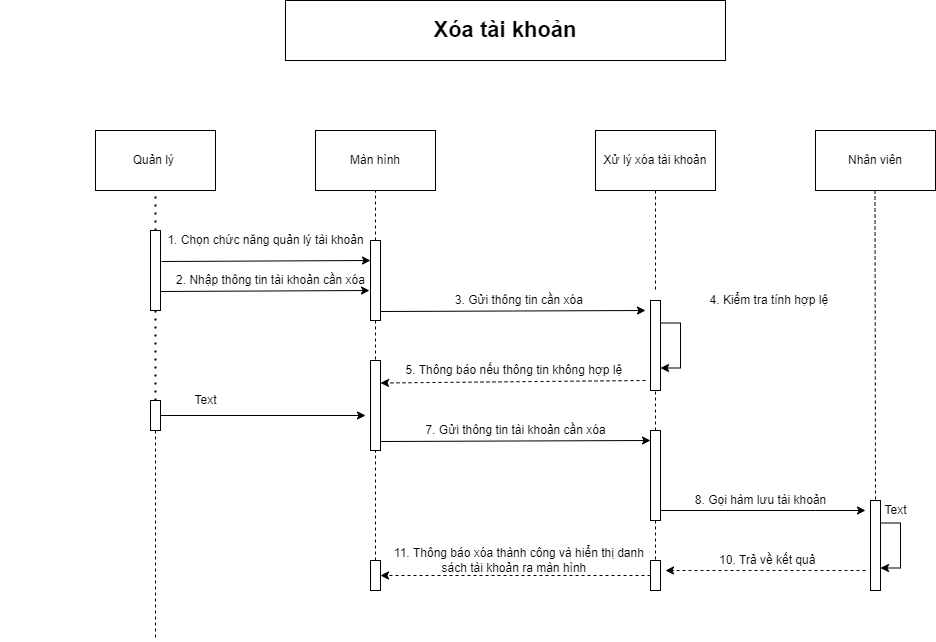
The draw.io diagram Word/Sequence_Acc_Bill/PNG/xoaAcc.drawio.png in hungtadasuke/CoffeShop_SoftwareTechnology, before a commit. Source tidied: cells renumbered, new cells last; positions are measured from the earlier drawing's top-left corner, leaving out a move shared by most shapes.
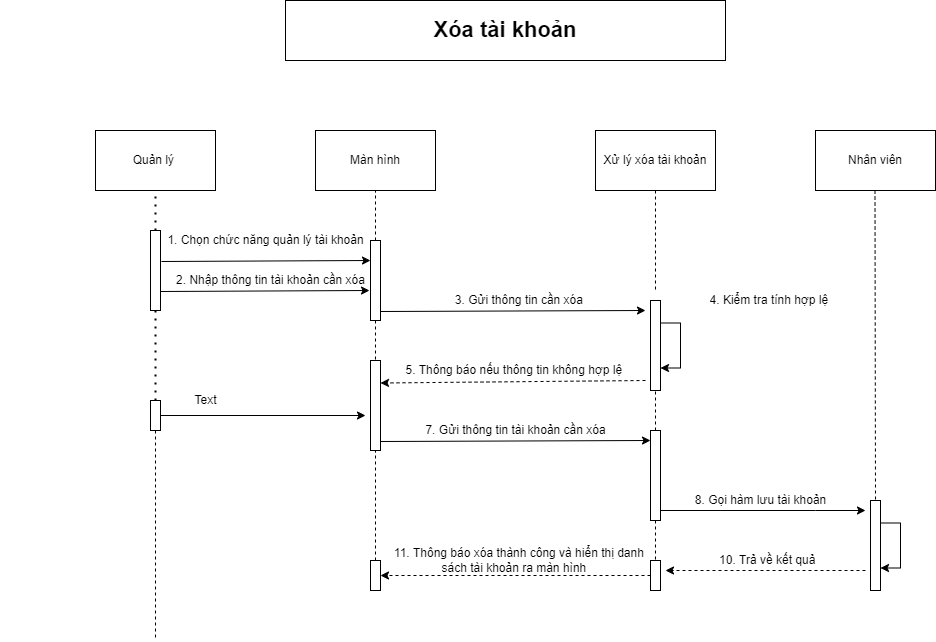
After the commit.

Change to the diagram source:
```diff
@@ -165,9 +165,6 @@
     <mxCell id="42" value="&amp;nbsp; &amp;nbsp; &amp;nbsp; &amp;nbsp; &amp;nbsp; &amp;nbsp; &amp;nbsp; &amp;nbsp; &amp;nbsp; &amp;nbsp; &amp;nbsp; &amp;nbsp; &amp;nbsp; &amp;nbsp; &amp;nbsp; &amp;nbsp; &amp;nbsp; &amp;nbsp; &amp;nbsp; &amp;nbsp; &amp;nbsp; &amp;nbsp; &amp;nbsp; &amp;nbsp; &amp;nbsp;10. Trả về kết quả" style="text;html=1;align=center;verticalAlign=middle;strokeColor=none;fillColor=none;fontSize=12;" parent="1" vertex="1">
       <mxGeometry x="550" y="550" width="270" height="20" as="geometry" />
     </mxCell>
-    <mxCell id="43" value="Text" style="text;html=1;align=center;verticalAlign=middle;strokeColor=none;fillColor=none;fontSize=12;" parent="1" vertex="1">
-      <mxGeometry x="875" y="500" width="40" height="20" as="geometry" />
-    </mxCell>
     <mxCell id="44" value="Quản lý&amp;nbsp;" style="rounded=0;whiteSpace=wrap;html=1;" parent="1" vertex="1">
       <mxGeometry x="95" y="130" width="120" height="60" as="geometry" />
     </mxCell>
```
